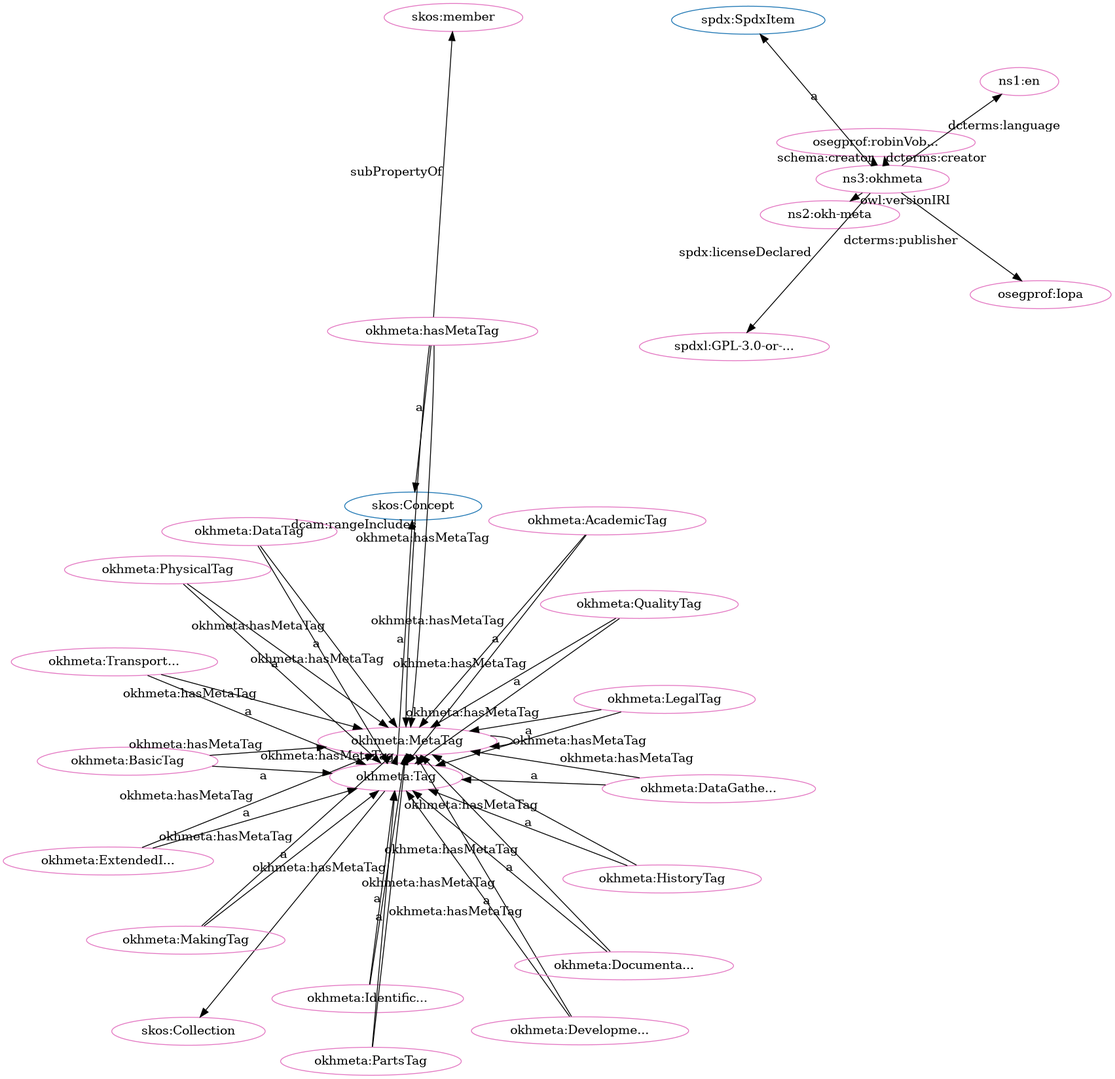
iop-alliance/OpenKnowHow keeps this Graphviz diagram as src/spec/fdp_okh-meta-clean.png. Above is the earlier version. Its source is kept beside it as src/spec/fdp_okh-meta-clean.dot.
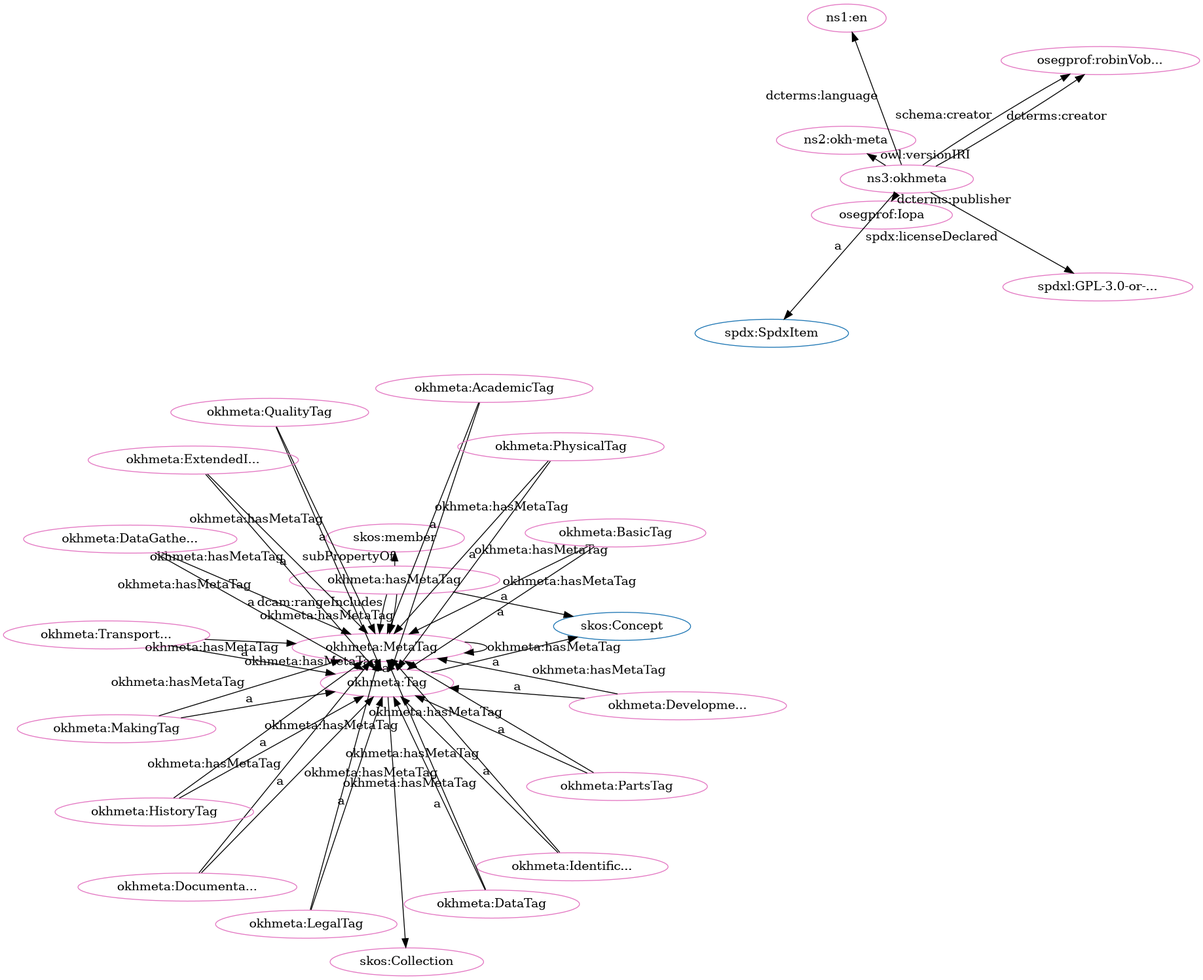
After the change.

Diff of the diagram source:
```diff
@@ -3,78 +3,78 @@
   node[height=.3]
 "http://w3id.org/oseg/ont/okhmeta#Tag" [fillcolor="#1f77b4" color="#1f77b4" label="okhmeta:Tag"]
 "http://www.w3.org/2004/02/skos/core#Concept" [fillcolor="#1f77b4" color="#1f77b4" label="skos:Concept"]
+"http://www.w3.org/2004/02/skos/core#Collection" [fillcolor="#1f77b4" color="#1f77b4" label="skos:Collection"]
 "http://spdx.org/rdf/terms#SpdxItem" [fillcolor="#1f77b4" color="#1f77b4" label="spdx:SpdxItem"]
-"http://www.w3.org/2004/02/skos/core#Collection" [fillcolor="#1f77b4" color="#1f77b4" label="skos:Collection"]
+"http://w3id.org/oseg/ont/okhmeta#hasMetaTag" [fillcolor="#e377c2" color="#e377c2" label="okhmeta:hasMetaTag"]
+"http://w3id.org/oseg/ont/okhmeta#MetaTag" [fillcolor="#e377c2" color="#e377c2" label="okhmeta:MetaTag"]
+"http://spdx.org/licenses/GPL-3.0-or-later" [fillcolor="#e377c2" color="#e377c2" label="spdxl:GPL-3.0-or-..."]
+"http://w3id.org/oseg/ont/okhmeta#QualityTag" [fillcolor="#e377c2" color="#e377c2" label="okhmeta:QualityTag"]
+"http://w3id.org/oseg/ont/okhmeta#DocumentationTag" [fillcolor="#e377c2" color="#e377c2" label="okhmeta:Documenta..."]
+"http://w3id.org/oseg/ont/okhmeta#MakingTag" [fillcolor="#e377c2" color="#e377c2" label="okhmeta:MakingTag"]
+"http://w3id.org/oseg/ont/okhmeta#Tag" [fillcolor="#e377c2" color="#e377c2" label="okhmeta:Tag"]
+"http://w3id.org/oseg/ont/okhmeta#HistoryTag" [fillcolor="#e377c2" color="#e377c2" label="okhmeta:HistoryTag"]
+"http://w3id.org/oseg/ont/oseg-profiles#Iopa" [fillcolor="#e377c2" color="#e377c2" label="osegprof:Iopa"]
+"http://www.w3.org/2004/02/skos/core#Collection" [fillcolor="#e377c2" color="#e377c2" label="skos:Collection"]
+"http://w3id.org/oseg/ont/okhmeta#LegalTag" [fillcolor="#e377c2" color="#e377c2" label="okhmeta:LegalTag"]
+"http://w3id.org/oseg/ont/okhmeta#TransportationTag" [fillcolor="#e377c2" color="#e377c2" label="okhmeta:Transport..."]
+"http://www.w3.org/2004/02/skos/core#member" [fillcolor="#e377c2" color="#e377c2" label="skos:member"]
+"http://w3id.org/oseg/ont/okhmeta#AcademicTag" [fillcolor="#e377c2" color="#e377c2" label="okhmeta:AcademicTag"]
+"http://w3id.org/oseg/ont/okhmeta#PartsTag" [fillcolor="#e377c2" color="#e377c2" label="okhmeta:PartsTag"]
+"http://id.loc.gov/vocabulary/iso639-1/en" [fillcolor="#e377c2" color="#e377c2" label="ns1:en"]
+"http://w3id.org/oseg/ont/okhmeta#PhysicalTag" [fillcolor="#e377c2" color="#e377c2" label="okhmeta:PhysicalTag"]
+"http://w3id.org/oseg/ont/okhmeta#BasicTag" [fillcolor="#e377c2" color="#e377c2" label="okhmeta:BasicTag"]
+"http://w3id.org/oseg/ont/okhmeta#IdentificationTag" [fillcolor="#e377c2" color="#e377c2" label="okhmeta:Identific..."]
+"http://w3id.org/oseg/ont/oseg-profiles#robinVobruba" [fillcolor="#e377c2" color="#e377c2" label="osegprof:robinVob..."]
+"http://w3id.org/oseg/ont/okhmeta#ExtendedInfoTag" [fillcolor="#e377c2" color="#e377c2" label="okhmeta:ExtendedI..."]
+"http://w3id.org/oseg/ont/1.1.0/okh-meta" [fillcolor="#e377c2" color="#e377c2" label="ns2:okh-meta"]
+"http://w3id.org/oseg/ont/okhmeta#DataGatheringTag" [fillcolor="#e377c2" color="#e377c2" label="okhmeta:DataGathe..."]
+"http://w3id.org/oseg/ont/okhmeta#DevelopmentTag" [fillcolor="#e377c2" color="#e377c2" label="okhmeta:Developme..."]
+"http://w3id.org/oseg/ont/okhmeta" [fillcolor="#e377c2" color="#e377c2" label="ns3:okhmeta"]
 "http://w3id.org/oseg/ont/okhmeta#DataTag" [fillcolor="#e377c2" color="#e377c2" label="okhmeta:DataTag"]
-"http://w3id.org/oseg/ont/okhmeta#HistoryTag" [fillcolor="#e377c2" color="#e377c2" label="okhmeta:HistoryTag"]
-"http://w3id.org/oseg/ont/okhmeta#MetaTag" [fillcolor="#e377c2" color="#e377c2" label="okhmeta:MetaTag"]
-"http://w3id.org/oseg/ont/okhmeta#TransportationTag" [fillcolor="#e377c2" color="#e377c2" label="okhmeta:Transport..."]
-"http://w3id.org/oseg/ont/okhmeta#DevelopmentTag" [fillcolor="#e377c2" color="#e377c2" label="okhmeta:Developme..."]
-"http://w3id.org/oseg/ont/okhmeta#MakingTag" [fillcolor="#e377c2" color="#e377c2" label="okhmeta:MakingTag"]
-"http://w3id.org/oseg/ont/okhmeta#IdentificationTag" [fillcolor="#e377c2" color="#e377c2" label="okhmeta:Identific..."]
-"http://id.loc.gov/vocabulary/iso639-1/en" [fillcolor="#e377c2" color="#e377c2" label="ns1:en"]
-"http://w3id.org/oseg/ont/okhmeta#PartsTag" [fillcolor="#e377c2" color="#e377c2" label="okhmeta:PartsTag"]
-"http://w3id.org/oseg/ont/1.1.0/okh-meta" [fillcolor="#e377c2" color="#e377c2" label="ns2:okh-meta"]
-"http://www.w3.org/2004/02/skos/core#member" [fillcolor="#e377c2" color="#e377c2" label="skos:member"]
-"http://w3id.org/oseg/ont/okhmeta#LegalTag" [fillcolor="#e377c2" color="#e377c2" label="okhmeta:LegalTag"]
-"http://w3id.org/oseg/ont/oseg-profiles#robinVobruba" [fillcolor="#e377c2" color="#e377c2" label="osegprof:robinVob..."]
-"http://w3id.org/oseg/ont/okhmeta#QualityTag" [fillcolor="#e377c2" color="#e377c2" label="okhmeta:QualityTag"]
-"http://w3id.org/oseg/ont/oseg-profiles#Iopa" [fillcolor="#e377c2" color="#e377c2" label="osegprof:Iopa"]
-"http://w3id.org/oseg/ont/okhmeta#PhysicalTag" [fillcolor="#e377c2" color="#e377c2" label="okhmeta:PhysicalTag"]
-"http://www.w3.org/2004/02/skos/core#Collection" [fillcolor="#e377c2" color="#e377c2" label="skos:Collection"]
-"http://w3id.org/oseg/ont/okhmeta" [fillcolor="#e377c2" color="#e377c2" label="ns3:okhmeta"]
-"http://spdx.org/licenses/GPL-3.0-or-later" [fillcolor="#e377c2" color="#e377c2" label="spdxl:GPL-3.0-or-..."]
-"http://w3id.org/oseg/ont/okhmeta#AcademicTag" [fillcolor="#e377c2" color="#e377c2" label="okhmeta:AcademicTag"]
-"http://w3id.org/oseg/ont/okhmeta#DocumentationTag" [fillcolor="#e377c2" color="#e377c2" label="okhmeta:Documenta..."]
-"http://w3id.org/oseg/ont/okhmeta#Tag" [fillcolor="#e377c2" color="#e377c2" label="okhmeta:Tag"]
-"http://w3id.org/oseg/ont/okhmeta#hasMetaTag" [fillcolor="#e377c2" color="#e377c2" label="okhmeta:hasMetaTag"]
-"http://w3id.org/oseg/ont/okhmeta#ExtendedInfoTag" [fillcolor="#e377c2" color="#e377c2" label="okhmeta:ExtendedI..."]
-"http://w3id.org/oseg/ont/okhmeta#DataGatheringTag" [fillcolor="#e377c2" color="#e377c2" label="okhmeta:DataGathe..."]
-"http://w3id.org/oseg/ont/okhmeta#BasicTag" [fillcolor="#e377c2" color="#e377c2" label="okhmeta:BasicTag"]
+  "http://w3id.org/oseg/ont/okhmeta#TransportationTag" -> "http://w3id.org/oseg/ont/okhmeta#MetaTag" [label="okhmeta:hasMetaTag"]
+  "http://w3id.org/oseg/ont/okhmeta#PartsTag" -> "http://w3id.org/oseg/ont/okhmeta#MetaTag" [label="okhmeta:hasMetaTag"]
+  "http://w3id.org/oseg/ont/okhmeta" -> "http://w3id.org/oseg/ont/oseg-profiles#Iopa" [label="dcterms:publisher"]
+  "http://w3id.org/oseg/ont/okhmeta#Tag" -> "http://www.w3.org/2004/02/skos/core#Collection" [label=""]
+  "http://w3id.org/oseg/ont/okhmeta#TransportationTag" -> "http://w3id.org/oseg/ont/okhmeta#Tag" [label="a"]
+  "http://w3id.org/oseg/ont/okhmeta#hasMetaTag" -> "http://www.w3.org/2004/02/skos/core#member" [label="subPropertyOf"]
+  "http://w3id.org/oseg/ont/okhmeta#PartsTag" -> "http://w3id.org/oseg/ont/okhmeta#Tag" [label="a"]
+  "http://w3id.org/oseg/ont/okhmeta" -> "http://id.loc.gov/vocabulary/iso639-1/en" [label="dcterms:language"]
+  "http://w3id.org/oseg/ont/okhmeta#BasicTag" -> "http://w3id.org/oseg/ont/okhmeta#Tag" [label="a"]
+  "http://w3id.org/oseg/ont/okhmeta#MetaTag" -> "http://w3id.org/oseg/ont/okhmeta#MetaTag" [label="okhmeta:hasMetaTag"]
+  "http://w3id.org/oseg/ont/okhmeta" -> "http://w3id.org/oseg/ont/oseg-profiles#robinVobruba" [label="schema:creator"]
+  "http://w3id.org/oseg/ont/okhmeta#ExtendedInfoTag" -> "http://w3id.org/oseg/ont/okhmeta#Tag" [label="a"]
+  "http://w3id.org/oseg/ont/okhmeta#DataGatheringTag" -> "http://w3id.org/oseg/ont/okhmeta#Tag" [label="a"]
+  "http://w3id.org/oseg/ont/okhmeta#MakingTag" -> "http://w3id.org/oseg/ont/okhmeta#MetaTag" [label="okhmeta:hasMetaTag"]
+  "http://w3id.org/oseg/ont/okhmeta" -> "http://spdx.org/rdf/terms#SpdxItem" [label="a"]
+  "http://w3id.org/oseg/ont/okhmeta" -> "http://w3id.org/oseg/ont/oseg-profiles#robinVobruba" [label="dcterms:creator"]
+  "http://w3id.org/oseg/ont/okhmeta#ExtendedInfoTag" -> "http://w3id.org/oseg/ont/okhmeta#MetaTag" [label="okhmeta:hasMetaTag"]
+  "http://w3id.org/oseg/ont/okhmeta#HistoryTag" -> "http://w3id.org/oseg/ont/okhmeta#MetaTag" [label="okhmeta:hasMetaTag"]
+  "http://w3id.org/oseg/ont/okhmeta" -> "http://spdx.org/licenses/GPL-3.0-or-later" [label="spdx:licenseDeclared"]
+  "http://w3id.org/oseg/ont/okhmeta#LegalTag" -> "http://w3id.org/oseg/ont/okhmeta#MetaTag" [label="okhmeta:hasMetaTag"]
+  "http://w3id.org/oseg/ont/okhmeta#QualityTag" -> "http://w3id.org/oseg/ont/okhmeta#Tag" [label="a"]
+  "http://w3id.org/oseg/ont/okhmeta#Tag" -> "http://w3id.org/oseg/ont/okhmeta#MetaTag" [label="okhmeta:hasMetaTag"]
+  "http://w3id.org/oseg/ont/okhmeta#MetaTag" -> "http://w3id.org/oseg/ont/okhmeta#Tag" [label="a"]
+  "http://w3id.org/oseg/ont/okhmeta#hasMetaTag" -> "http://w3id.org/oseg/ont/okhmeta#MetaTag" [label="okhmeta:hasMetaTag"]
+  "http://w3id.org/oseg/ont/okhmeta#DocumentationTag" -> "http://w3id.org/oseg/ont/okhmeta#Tag" [label="a"]
+  "http://w3id.org/oseg/ont/okhmeta#MakingTag" -> "http://w3id.org/oseg/ont/okhmeta#Tag" [label="a"]
+  "http://w3id.org/oseg/ont/okhmeta#AcademicTag" -> "http://w3id.org/oseg/ont/okhmeta#MetaTag" [label="okhmeta:hasMetaTag"]
+  "http://w3id.org/oseg/ont/okhmeta#Tag" -> "http://www.w3.org/2004/02/skos/core#Concept" [label="a"]
+  "http://w3id.org/oseg/ont/okhmeta#DocumentationTag" -> "http://w3id.org/oseg/ont/okhmeta#MetaTag" [label="okhmeta:hasMetaTag"]
+  "http://w3id.org/oseg/ont/okhmeta#PhysicalTag" -> "http://w3id.org/oseg/ont/okhmeta#MetaTag" [label="okhmeta:hasMetaTag"]
+  "http://w3id.org/oseg/ont/okhmeta#hasMetaTag" -> "http://w3id.org/oseg/ont/okhmeta#MetaTag" [label="dcam:rangeIncludes"]
+  "http://w3id.org/oseg/ont/okhmeta#IdentificationTag" -> "http://w3id.org/oseg/ont/okhmeta#MetaTag" [label="okhmeta:hasMetaTag"]
+  "http://w3id.org/oseg/ont/okhmeta#HistoryTag" -> "http://w3id.org/oseg/ont/okhmeta#Tag" [label="a"]
+  "http://w3id.org/oseg/ont/okhmeta#LegalTag" -> "http://w3id.org/oseg/ont/okhmeta#Tag" [label="a"]
+  "http://w3id.org/oseg/ont/okhmeta#AcademicTag" -> "http://w3id.org/oseg/ont/okhmeta#Tag" [label="a"]
+  "http://w3id.org/oseg/ont/okhmeta#DevelopmentTag" -> "http://w3id.org/oseg/ont/okhmeta#MetaTag" [label="okhmeta:hasMetaTag"]
+  "http://w3id.org/oseg/ont/okhmeta#DataTag" -> "http://w3id.org/oseg/ont/okhmeta#MetaTag" [label="okhmeta:hasMetaTag"]
+  "http://w3id.org/oseg/ont/okhmeta#PhysicalTag" -> "http://w3id.org/oseg/ont/okhmeta#Tag" [label="a"]
+  "http://w3id.org/oseg/ont/okhmeta#IdentificationTag" -> "http://w3id.org/oseg/ont/okhmeta#Tag" [label="a"]
+  "http://w3id.org/oseg/ont/okhmeta#QualityTag" -> "http://w3id.org/oseg/ont/okhmeta#MetaTag" [label="okhmeta:hasMetaTag"]
+  "http://w3id.org/oseg/ont/okhmeta#hasMetaTag" -> "http://www.w3.org/2004/02/skos/core#Concept" [label="a"]
+  "http://w3id.org/oseg/ont/okhmeta" -> "http://w3id.org/oseg/ont/1.1.0/okh-meta" [label="owl:versionIRI"]
+  "http://w3id.org/oseg/ont/okhmeta#BasicTag" -> "http://w3id.org/oseg/ont/okhmeta#MetaTag" [label="okhmeta:hasMetaTag"]
+  "http://w3id.org/oseg/ont/okhmeta#DevelopmentTag" -> "http://w3id.org/oseg/ont/okhmeta#Tag" [label="a"]
   "http://w3id.org/oseg/ont/okhmeta#DataTag" -> "http://w3id.org/oseg/ont/okhmeta#Tag" [label="a"]
-  "http://w3id.org/oseg/ont/okhmeta#HistoryTag" -> "http://w3id.org/oseg/ont/okhmeta#Tag" [label="a"]
-  "http://w3id.org/oseg/ont/okhmeta#IdentificationTag" -> "http://w3id.org/oseg/ont/okhmeta#MetaTag" [label="okhmeta:hasMetaTag"]
-  "http://w3id.org/oseg/ont/okhmeta#PartsTag" -> "http://w3id.org/oseg/ont/okhmeta#MetaTag" [label="okhmeta:hasMetaTag"]
-  "http://w3id.org/oseg/ont/okhmeta#TransportationTag" -> "http://w3id.org/oseg/ont/okhmeta#Tag" [label="a"]
-  "http://w3id.org/oseg/ont/okhmeta#DevelopmentTag" -> "http://w3id.org/oseg/ont/okhmeta#Tag" [label="a"]
-  "http://w3id.org/oseg/ont/okhmeta#MakingTag" -> "http://w3id.org/oseg/ont/okhmeta#Tag" [label="a"]
-  "http://w3id.org/oseg/ont/okhmeta#MetaTag" -> "http://w3id.org/oseg/ont/okhmeta#MetaTag" [label="okhmeta:hasMetaTag"]
-  "http://w3id.org/oseg/ont/okhmeta#ExtendedInfoTag" -> "http://w3id.org/oseg/ont/okhmeta#MetaTag" [label="okhmeta:hasMetaTag"]
-  "http://w3id.org/oseg/ont/okhmeta#QualityTag" -> "http://w3id.org/oseg/ont/okhmeta#MetaTag" [label="okhmeta:hasMetaTag"]
-  "http://w3id.org/oseg/ont/okhmeta#LegalTag" -> "http://w3id.org/oseg/ont/okhmeta#Tag" [label="a"]
-  "http://w3id.org/oseg/ont/okhmeta" -> "http://w3id.org/oseg/ont/oseg-profiles#robinVobruba" [label="schema:creator"]
-  "http://w3id.org/oseg/ont/okhmeta#HistoryTag" -> "http://w3id.org/oseg/ont/okhmeta#MetaTag" [label="okhmeta:hasMetaTag"]
-  "http://w3id.org/oseg/ont/okhmeta#MetaTag" -> "http://w3id.org/oseg/ont/okhmeta#Tag" [label="a"]
-  "http://w3id.org/oseg/ont/okhmeta#PhysicalTag" -> "http://w3id.org/oseg/ont/okhmeta#Tag" [label="a"]
-  "http://w3id.org/oseg/ont/okhmeta#MakingTag" -> "http://w3id.org/oseg/ont/okhmeta#MetaTag" [label="okhmeta:hasMetaTag"]
-  "http://w3id.org/oseg/ont/okhmeta#Tag" -> "http://www.w3.org/2004/02/skos/core#Collection" [label=""]
-  "http://w3id.org/oseg/ont/okhmeta" -> "http://spdx.org/licenses/GPL-3.0-or-later" [label="spdx:licenseDeclared"]
-  "http://w3id.org/oseg/ont/okhmeta#AcademicTag" -> "http://w3id.org/oseg/ont/okhmeta#Tag" [label="a"]
-  "http://w3id.org/oseg/ont/okhmeta#DocumentationTag" -> "http://w3id.org/oseg/ont/okhmeta#Tag" [label="a"]
-  "http://w3id.org/oseg/ont/okhmeta#DataGatheringTag" -> "http://w3id.org/oseg/ont/okhmeta#Tag" [label="a"]
-  "http://w3id.org/oseg/ont/okhmeta#DataTag" -> "http://w3id.org/oseg/ont/okhmeta#MetaTag" [label="okhmeta:hasMetaTag"]
-  "http://w3id.org/oseg/ont/okhmeta#BasicTag" -> "http://w3id.org/oseg/ont/okhmeta#Tag" [label="a"]
-  "http://w3id.org/oseg/ont/okhmeta" -> "http://w3id.org/oseg/ont/oseg-profiles#robinVobruba" [label="dcterms:creator"]
-  "http://w3id.org/oseg/ont/okhmeta#hasMetaTag" -> "http://www.w3.org/2004/02/skos/core#Concept" [label="a"]
-  "http://w3id.org/oseg/ont/okhmeta#TransportationTag" -> "http://w3id.org/oseg/ont/okhmeta#MetaTag" [label="okhmeta:hasMetaTag"]
-  "http://w3id.org/oseg/ont/okhmeta#DevelopmentTag" -> "http://w3id.org/oseg/ont/okhmeta#MetaTag" [label="okhmeta:hasMetaTag"]
-  "http://w3id.org/oseg/ont/okhmeta#IdentificationTag" -> "http://w3id.org/oseg/ont/okhmeta#Tag" [label="a"]
-  "http://w3id.org/oseg/ont/okhmeta#LegalTag" -> "http://w3id.org/oseg/ont/okhmeta#MetaTag" [label="okhmeta:hasMetaTag"]
-  "http://w3id.org/oseg/ont/okhmeta" -> "http://id.loc.gov/vocabulary/iso639-1/en" [label="dcterms:language"]
-  "http://w3id.org/oseg/ont/okhmeta#PartsTag" -> "http://w3id.org/oseg/ont/okhmeta#Tag" [label="a"]
-  "http://w3id.org/oseg/ont/okhmeta" -> "http://w3id.org/oseg/ont/1.1.0/okh-meta" [label="owl:versionIRI"]
-  "http://w3id.org/oseg/ont/okhmeta#hasMetaTag" -> "http://w3id.org/oseg/ont/okhmeta#MetaTag" [label="okhmeta:hasMetaTag"]
-  "http://w3id.org/oseg/ont/okhmeta#hasMetaTag" -> "http://www.w3.org/2004/02/skos/core#member" [label="subPropertyOf"]
-  "http://w3id.org/oseg/ont/okhmeta#PhysicalTag" -> "http://w3id.org/oseg/ont/okhmeta#MetaTag" [label="okhmeta:hasMetaTag"]
-  "http://w3id.org/oseg/ont/okhmeta#QualityTag" -> "http://w3id.org/oseg/ont/okhmeta#Tag" [label="a"]
-  "http://w3id.org/oseg/ont/okhmeta" -> "http://w3id.org/oseg/ont/oseg-profiles#Iopa" [label="dcterms:publisher"]
-  "http://w3id.org/oseg/ont/okhmeta#hasMetaTag" -> "http://w3id.org/oseg/ont/okhmeta#MetaTag" [label="dcam:rangeIncludes"]
-  "http://w3id.org/oseg/ont/okhmeta" -> "http://spdx.org/rdf/terms#SpdxItem" [label="a"]
-  "http://w3id.org/oseg/ont/okhmeta#AcademicTag" -> "http://w3id.org/oseg/ont/okhmeta#MetaTag" [label="okhmeta:hasMetaTag"]
-  "http://w3id.org/oseg/ont/okhmeta#DocumentationTag" -> "http://w3id.org/oseg/ont/okhmeta#MetaTag" [label="okhmeta:hasMetaTag"]
-  "http://w3id.org/oseg/ont/okhmeta#Tag" -> "http://www.w3.org/2004/02/skos/core#Concept" [label="a"]
   "http://w3id.org/oseg/ont/okhmeta#DataGatheringTag" -> "http://w3id.org/oseg/ont/okhmeta#MetaTag" [label="okhmeta:hasMetaTag"]
-  "http://w3id.org/oseg/ont/okhmeta#BasicTag" -> "http://w3id.org/oseg/ont/okhmeta#MetaTag" [label="okhmeta:hasMetaTag"]
-  "http://w3id.org/oseg/ont/okhmeta#ExtendedInfoTag" -> "http://w3id.org/oseg/ont/okhmeta#Tag" [label="a"]
-  "http://w3id.org/oseg/ont/okhmeta#Tag" -> "http://w3id.org/oseg/ont/okhmeta#MetaTag" [label="okhmeta:hasMetaTag"]
 }
```
